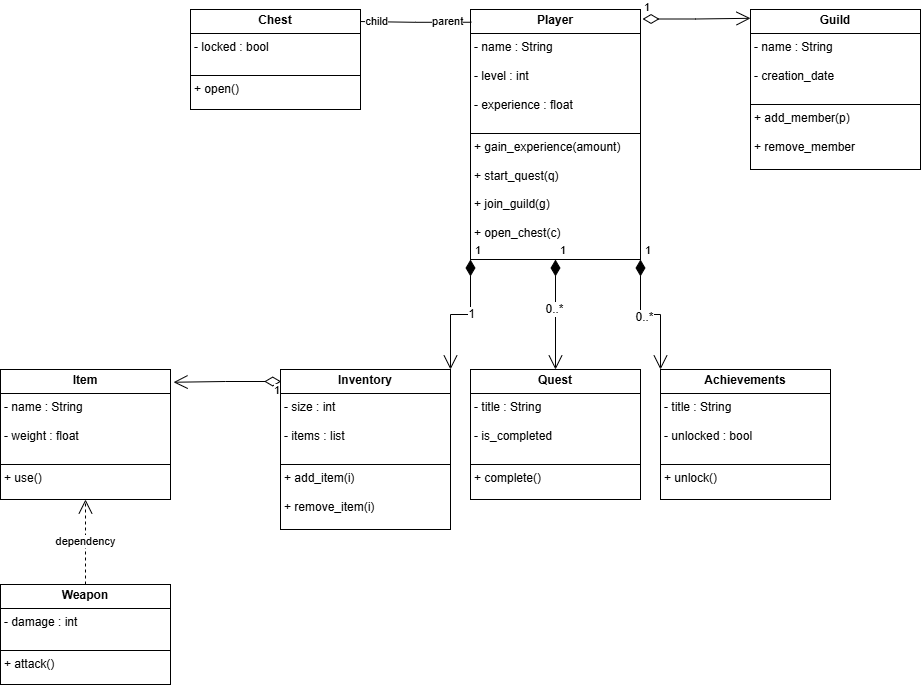
The draw.io diagram World of Warcraft.drawio.png in ElTalhaG/Sumo-Slammers, before a commit. Source tidied: cells renumbered, new cells last; positions are measured from the earlier drawing's top-left corner, leaving out a move shared by most shapes. Its diagram source:
```xml
<mxGraphModel>
  <root>
    <mxCell id="0" />
    <mxCell id="1" parent="0" />
    <mxCell id="2" value="&lt;p style=&quot;margin:0px;margin-top:4px;text-align:center;&quot;&gt;&lt;b&gt;Player&lt;/b&gt;&lt;/p&gt;&lt;hr size=&quot;1&quot; style=&quot;border-style:solid;&quot;&gt;&lt;p style=&quot;margin:0px;margin-left:4px;&quot;&gt;- name : String&lt;/p&gt;&lt;p style=&quot;margin:0px;margin-left:4px;&quot;&gt;&lt;br&gt;&lt;/p&gt;&lt;p style=&quot;margin:0px;margin-left:4px;&quot;&gt;- level : int&amp;nbsp;&amp;nbsp;&lt;/p&gt;&lt;p style=&quot;margin:0px;margin-left:4px;&quot;&gt;&lt;br&gt;&lt;/p&gt;&lt;p style=&quot;margin:0px;margin-left:4px;&quot;&gt;- experience : float&amp;nbsp;&lt;/p&gt;&lt;p style=&quot;margin:0px;margin-left:4px;&quot;&gt;&lt;br&gt;&lt;/p&gt;&lt;hr size=&quot;1&quot; style=&quot;border-style:solid;&quot;&gt;&lt;p style=&quot;margin:0px;margin-left:4px;&quot;&gt;+ gain_experience(amount)&lt;/p&gt;&lt;p style=&quot;margin:0px;margin-left:4px;&quot;&gt;&lt;br&gt;&lt;/p&gt;&lt;p style=&quot;margin:0px;margin-left:4px;&quot;&gt;+ start_quest(q)&amp;nbsp; &amp;nbsp; &amp;nbsp;&amp;nbsp;&lt;/p&gt;&lt;p style=&quot;margin:0px;margin-left:4px;&quot;&gt;&amp;nbsp;&amp;nbsp;&lt;/p&gt;&lt;p style=&quot;margin:0px;margin-left:4px;&quot;&gt;+ join_guild(g)&amp;nbsp; &amp;nbsp; &amp;nbsp;&amp;nbsp;&lt;/p&gt;&lt;p style=&quot;margin:0px;margin-left:4px;&quot;&gt;&amp;nbsp;&amp;nbsp;&lt;/p&gt;&lt;p style=&quot;margin:0px;margin-left:4px;&quot;&gt;+ open_chest(c)&amp;nbsp;&amp;nbsp;&lt;/p&gt;" style="verticalAlign=top;align=left;overflow=fill;html=1;whiteSpace=wrap;" parent="1" vertex="1">
      <mxGeometry x="470" width="170" height="250" as="geometry" />
    </mxCell>
    <mxCell id="3" value="1" style="endArrow=open;html=1;endSize=12;startArrow=diamondThin;startSize=14;startFill=1;edgeStyle=orthogonalEdgeStyle;align=left;verticalAlign=bottom;rounded=0;exitX=0;exitY=1;exitDx=0;exitDy=0;entryX=1;entryY=0;entryDx=0;entryDy=0;" parent="1" edge="1" source="2" target="9">
      <mxGeometry x="-1" y="3" relative="1" as="geometry" />
    </mxCell>
    <mxCell id="4" value="1" style="edgeLabel;html=1;align=center;verticalAlign=middle;fontSize=12;" parent="3" vertex="1">
      <mxGeometry x="-0.17" relative="1" as="geometry" />
    </mxCell>
    <mxCell id="5" value="1" style="endArrow=open;html=1;endSize=12;startArrow=diamondThin;startSize=14;startFill=1;edgeStyle=orthogonalEdgeStyle;align=left;verticalAlign=bottom;rounded=0;exitX=0.5;exitY=1;exitDx=0;exitDy=0;entryX=0.5;entryY=0;entryDx=0;entryDy=0;" parent="1" edge="1" source="2" target="10">
      <mxGeometry x="-1" y="3" relative="1" as="geometry" />
    </mxCell>
    <mxCell id="6" value="0..*" style="edgeLabel;html=1;align=center;verticalAlign=middle;fontSize=12;" parent="5" vertex="1">
      <mxGeometry x="-0.11" y="-2" relative="1" as="geometry" />
    </mxCell>
    <mxCell id="7" value="1" style="endArrow=open;html=1;endSize=12;startArrow=diamondThin;startSize=14;startFill=1;edgeStyle=orthogonalEdgeStyle;align=left;verticalAlign=bottom;rounded=0;exitX=1;exitY=1;exitDx=0;exitDy=0;entryX=0;entryY=0;entryDx=0;entryDy=0;" parent="1" edge="1" source="2" target="11">
      <mxGeometry x="-1" y="3" relative="1" as="geometry" />
    </mxCell>
    <mxCell id="8" value="0..*" style="edgeLabel;html=1;align=center;verticalAlign=middle;fontSize=12;" parent="7" vertex="1">
      <mxGeometry x="-0.11" y="-2" relative="1" as="geometry" />
    </mxCell>
    <mxCell id="9" value="&lt;p style=&quot;margin:0px;margin-top:4px;text-align:center;&quot;&gt;&lt;b&gt;Inventory&lt;/b&gt;&lt;/p&gt;&lt;hr size=&quot;1&quot; style=&quot;border-style:solid;&quot;&gt;&lt;p style=&quot;margin:0px;margin-left:4px;&quot;&gt;- size : int&amp;nbsp;&lt;/p&gt;&lt;p style=&quot;margin:0px;margin-left:4px;&quot;&gt;&lt;br&gt;&lt;/p&gt;&lt;p style=&quot;margin:0px;margin-left:4px;&quot;&gt;- items : list&amp;nbsp;&lt;/p&gt;&lt;p style=&quot;margin:0px;margin-left:4px;&quot;&gt;&lt;br&gt;&lt;/p&gt;&lt;hr size=&quot;1&quot; style=&quot;border-style:solid;&quot;&gt;&lt;p style=&quot;margin:0px;margin-left:4px;&quot;&gt;+ add_item(i)&lt;/p&gt;&lt;p style=&quot;margin:0px;margin-left:4px;&quot;&gt;&lt;br&gt;&lt;/p&gt;&lt;p style=&quot;margin:0px;margin-left:4px;&quot;&gt;+ remove_item(i) &amp;nbsp;&amp;nbsp;&lt;/p&gt;&lt;p style=&quot;margin:0px;margin-left:4px;&quot;&gt;&amp;nbsp;&amp;nbsp;&lt;/p&gt;&lt;p style=&quot;margin:0px;margin-left:4px;&quot;&gt;&lt;br&gt;&lt;/p&gt;" style="verticalAlign=top;align=left;overflow=fill;html=1;whiteSpace=wrap;" parent="1" vertex="1">
      <mxGeometry x="280" y="360" width="170" height="160" as="geometry" />
    </mxCell>
    <mxCell id="10" value="&lt;p style=&quot;margin:0px;margin-top:4px;text-align:center;&quot;&gt;&lt;b&gt;Quest&lt;/b&gt;&lt;/p&gt;&lt;hr size=&quot;1&quot; style=&quot;border-style:solid;&quot;&gt;&lt;p style=&quot;margin:0px;margin-left:4px;&quot;&gt;- title : String&amp;nbsp;&lt;/p&gt;&lt;p style=&quot;margin:0px;margin-left:4px;&quot;&gt;&lt;br&gt;&lt;/p&gt;&lt;p style=&quot;margin:0px;margin-left:4px;&quot;&gt;- is_completed&lt;/p&gt;&lt;p style=&quot;margin:0px;margin-left:4px;&quot;&gt;&lt;br&gt;&lt;/p&gt;&lt;hr size=&quot;1&quot; style=&quot;border-style:solid;&quot;&gt;&lt;p style=&quot;margin:0px;margin-left:4px;&quot;&gt;+ complete()&amp;nbsp;&lt;span style=&quot;background-color: transparent; color: light-dark(rgb(0, 0, 0), rgb(255, 255, 255));&quot;&gt;&amp;nbsp;&lt;/span&gt;&lt;/p&gt;&lt;p style=&quot;margin:0px;margin-left:4px;&quot;&gt;&amp;nbsp;&lt;/p&gt;" style="verticalAlign=top;align=left;overflow=fill;html=1;whiteSpace=wrap;" parent="1" vertex="1">
      <mxGeometry x="470" y="360" width="170" height="130" as="geometry" />
    </mxCell>
    <mxCell id="11" value="&lt;p style=&quot;margin:0px;margin-top:4px;text-align:center;&quot;&gt;&lt;b&gt;Achievements&lt;/b&gt;&lt;/p&gt;&lt;hr size=&quot;1&quot; style=&quot;border-style:solid;&quot;&gt;&lt;p style=&quot;margin:0px;margin-left:4px;&quot;&gt;- title : String&lt;/p&gt;&lt;p style=&quot;margin:0px;margin-left:4px;&quot;&gt;&lt;br&gt;&lt;/p&gt;&lt;p style=&quot;margin:0px;margin-left:4px;&quot;&gt;- unlocked : bool&amp;nbsp;&lt;/p&gt;&lt;p style=&quot;margin:0px;margin-left:4px;&quot;&gt;&lt;br&gt;&lt;/p&gt;&lt;hr size=&quot;1&quot; style=&quot;border-style:solid;&quot;&gt;&lt;p style=&quot;margin:0px;margin-left:4px;&quot;&gt;+ unlock()&amp;nbsp;&amp;nbsp;&lt;/p&gt;&lt;p style=&quot;margin:0px;margin-left:4px;&quot;&gt;&amp;nbsp;&lt;/p&gt;" style="verticalAlign=top;align=left;overflow=fill;html=1;whiteSpace=wrap;" parent="1" vertex="1">
      <mxGeometry x="660" y="360" width="170" height="130" as="geometry" />
    </mxCell>
    <mxCell id="12" value="&lt;p style=&quot;margin:0px;margin-top:4px;text-align:center;&quot;&gt;&lt;b&gt;Guild&lt;/b&gt;&lt;/p&gt;&lt;hr size=&quot;1&quot; style=&quot;border-style:solid;&quot;&gt;&lt;p style=&quot;margin:0px;margin-left:4px;&quot;&gt;- name : String&lt;/p&gt;&lt;p style=&quot;margin:0px;margin-left:4px;&quot;&gt;&lt;br&gt;&lt;/p&gt;&lt;p style=&quot;margin:0px;margin-left:4px;&quot;&gt;- creation_date&lt;/p&gt;&lt;p style=&quot;margin:0px;margin-left:4px;&quot;&gt;&lt;br&gt;&lt;/p&gt;&lt;hr size=&quot;1&quot; style=&quot;border-style:solid;&quot;&gt;&lt;p style=&quot;margin:0px;margin-left:4px;&quot;&gt;+ add_member(p)&lt;/p&gt;&lt;p style=&quot;margin:0px;margin-left:4px;&quot;&gt;&lt;br&gt;&lt;/p&gt;&lt;p style=&quot;margin:0px;margin-left:4px;&quot;&gt;+ remove_member&lt;/p&gt;&lt;p style=&quot;margin:0px;margin-left:4px;&quot;&gt;&amp;nbsp;&amp;nbsp;&lt;/p&gt;&lt;p style=&quot;margin:0px;margin-left:4px;&quot;&gt;&lt;br&gt;&lt;/p&gt;" style="verticalAlign=top;align=left;overflow=fill;html=1;whiteSpace=wrap;" parent="1" vertex="1">
      <mxGeometry x="750" width="170" height="160" as="geometry" />
    </mxCell>
    <mxCell id="13" value="1" style="endArrow=open;html=1;endSize=12;startArrow=diamondThin;startSize=14;startFill=0;edgeStyle=orthogonalEdgeStyle;align=left;verticalAlign=bottom;rounded=0;exitX=1.012;exitY=0.038;exitDx=0;exitDy=0;exitPerimeter=0;entryX=0;entryY=0.055;entryDx=0;entryDy=0;entryPerimeter=0;" parent="1" edge="1" source="2" target="12">
      <mxGeometry x="-1" y="3" relative="1" as="geometry" />
    </mxCell>
    <mxCell id="14" style="endArrow=none;html=1;edgeStyle=orthogonalEdgeStyle;rounded=0;exitX=0.005;exitY=0.051;exitDx=0;exitDy=0;exitPerimeter=0;entryX=0.988;entryY=0.12;entryDx=0;entryDy=0;entryPerimeter=0;" parent="1" edge="1" source="2" target="17">
      <mxGeometry relative="1" as="geometry" />
    </mxCell>
    <mxCell id="15" value="parent" style="edgeLabel;html=1;align=left;verticalAlign=bottom;" parent="14" vertex="1">
      <mxGeometry x="-1" relative="1" as="geometry">
        <mxPoint x="-41" y="7" as="offset" />
      </mxGeometry>
    </mxCell>
    <mxCell id="16" value="child" style="edgeLabel;html=1;align=right;verticalAlign=bottom;" parent="14" vertex="1">
      <mxGeometry x="1" relative="1" as="geometry">
        <mxPoint x="30" y="8" as="offset" />
      </mxGeometry>
    </mxCell>
    <mxCell id="17" value="&lt;p style=&quot;margin:0px;margin-top:4px;text-align:center;&quot;&gt;&lt;b&gt;Chest&lt;/b&gt;&lt;/p&gt;&lt;hr size=&quot;1&quot; style=&quot;border-style:solid;&quot;&gt;&lt;p style=&quot;margin:0px;margin-left:4px;&quot;&gt;- locked : bool&amp;nbsp;&lt;/p&gt;&lt;p style=&quot;margin:0px;margin-left:4px;&quot;&gt;&lt;br&gt;&lt;/p&gt;&lt;hr size=&quot;1&quot; style=&quot;border-style:solid;&quot;&gt;&lt;p style=&quot;margin:0px;margin-left:4px;&quot;&gt;+ open()&amp;nbsp;&lt;/p&gt;&lt;p style=&quot;margin:0px;margin-left:4px;&quot;&gt;&lt;br&gt;&lt;/p&gt;&lt;p style=&quot;margin:0px;margin-left:4px;&quot;&gt;&amp;nbsp;&amp;nbsp;&lt;/p&gt;&lt;p style=&quot;margin:0px;margin-left:4px;&quot;&gt;&lt;br&gt;&lt;/p&gt;" style="verticalAlign=top;align=left;overflow=fill;html=1;whiteSpace=wrap;" parent="1" vertex="1">
      <mxGeometry x="190" width="170" height="100" as="geometry" />
    </mxCell>
    <mxCell id="18" value="&lt;p style=&quot;margin:0px;margin-top:4px;text-align:center;&quot;&gt;&lt;b&gt;Item&lt;/b&gt;&lt;/p&gt;&lt;hr size=&quot;1&quot; style=&quot;border-style:solid;&quot;&gt;&lt;p style=&quot;margin:0px;margin-left:4px;&quot;&gt;- name : String&lt;/p&gt;&lt;p style=&quot;margin:0px;margin-left:4px;&quot;&gt;&lt;br&gt;&lt;/p&gt;&lt;p style=&quot;margin:0px;margin-left:4px;&quot;&gt;- weight : float&lt;/p&gt;&lt;p style=&quot;margin:0px;margin-left:4px;&quot;&gt;&lt;br&gt;&lt;/p&gt;&lt;hr size=&quot;1&quot; style=&quot;border-style:solid;&quot;&gt;&lt;p style=&quot;margin:0px;margin-left:4px;&quot;&gt;+ use()&amp;nbsp;&lt;/p&gt;&lt;p style=&quot;margin:0px;margin-left:4px;&quot;&gt;&amp;nbsp;&lt;/p&gt;" style="verticalAlign=top;align=left;overflow=fill;html=1;whiteSpace=wrap;" parent="1" vertex="1">
      <mxGeometry y="360" width="170" height="130" as="geometry" />
    </mxCell>
    <mxCell id="19" value="&lt;p style=&quot;margin:0px;margin-top:4px;text-align:center;&quot;&gt;&lt;b&gt;Weapon&lt;/b&gt;&lt;/p&gt;&lt;hr size=&quot;1&quot; style=&quot;border-style:solid;&quot;&gt;&lt;p style=&quot;margin:0px;margin-left:4px;&quot;&gt;- damage : int&lt;/p&gt;&lt;p style=&quot;margin:0px;margin-left:4px;&quot;&gt;&lt;br&gt;&lt;/p&gt;&lt;hr size=&quot;1&quot; style=&quot;border-style:solid;&quot;&gt;&lt;p style=&quot;margin:0px;margin-left:4px;&quot;&gt;+&amp;nbsp;&lt;span style=&quot;background-color: transparent;&quot;&gt;attack()&amp;nbsp;&amp;nbsp;&lt;/span&gt;&lt;/p&gt;&lt;p style=&quot;margin:0px;margin-left:4px;&quot;&gt;&amp;nbsp;&amp;nbsp;&lt;/p&gt;&lt;p style=&quot;margin:0px;margin-left:4px;&quot;&gt;&lt;br&gt;&lt;/p&gt;" style="verticalAlign=top;align=left;overflow=fill;html=1;whiteSpace=wrap;" parent="1" vertex="1">
      <mxGeometry y="575" width="170" height="100" as="geometry" />
    </mxCell>
    <mxCell id="20" value="dependency" style="endArrow=open;endSize=12;dashed=1;html=1;rounded=0;exitX=0.5;exitY=0;exitDx=0;exitDy=0;entryX=0.5;entryY=1;entryDx=0;entryDy=0;" parent="1" edge="1" source="19" target="18">
      <mxGeometry relative="1" as="geometry" />
    </mxCell>
    <mxCell id="21" value="1" style="endArrow=open;html=1;endSize=12;startArrow=diamondThin;startSize=14;startFill=0;edgeStyle=orthogonalEdgeStyle;align=left;verticalAlign=bottom;rounded=0;exitX=0.004;exitY=0.075;exitDx=0;exitDy=0;exitPerimeter=0;entryX=1.018;entryY=0.098;entryDx=0;entryDy=0;entryPerimeter=0;" parent="1" edge="1" source="9" target="18">
      <mxGeometry x="-0.83" y="18" relative="1" as="geometry" />
    </mxCell>
  </root>
</mxGraphModel>
```
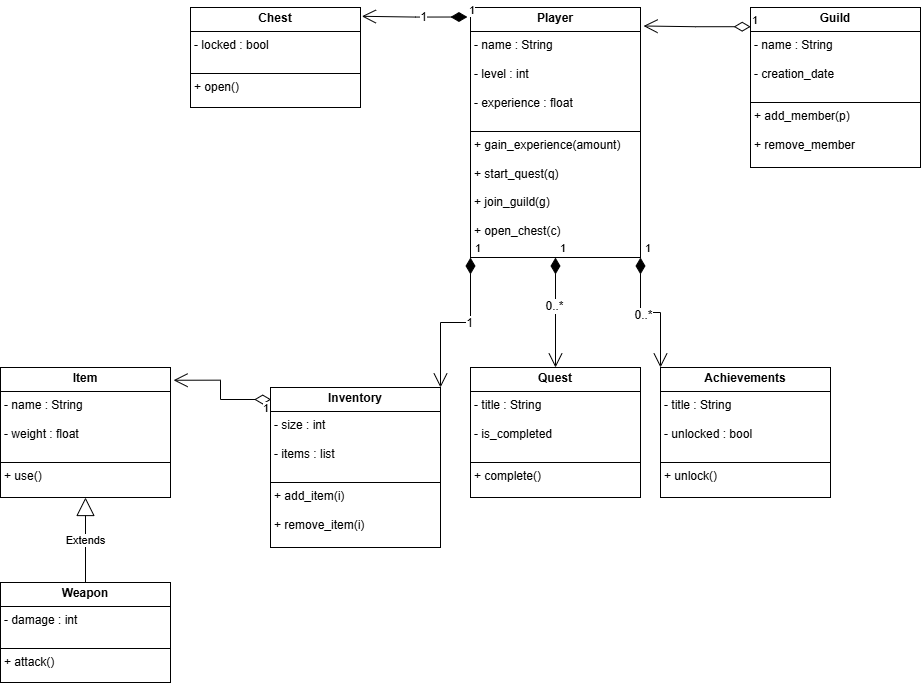
Above is the later version.

The edit, as a diff of the source:
```diff
@@ -24,7 +24,7 @@
       <mxGeometry x="-0.11" y="-2" relative="1" as="geometry" />
     </mxCell>
     <mxCell id="9" value="&lt;p style=&quot;margin:0px;margin-top:4px;text-align:center;&quot;&gt;&lt;b&gt;Inventory&lt;/b&gt;&lt;/p&gt;&lt;hr size=&quot;1&quot; style=&quot;border-style:solid;&quot;&gt;&lt;p style=&quot;margin:0px;margin-left:4px;&quot;&gt;- size : int&amp;nbsp;&lt;/p&gt;&lt;p style=&quot;margin:0px;margin-left:4px;&quot;&gt;&lt;br&gt;&lt;/p&gt;&lt;p style=&quot;margin:0px;margin-left:4px;&quot;&gt;- items : list&amp;nbsp;&lt;/p&gt;&lt;p style=&quot;margin:0px;margin-left:4px;&quot;&gt;&lt;br&gt;&lt;/p&gt;&lt;hr size=&quot;1&quot; style=&quot;border-style:solid;&quot;&gt;&lt;p style=&quot;margin:0px;margin-left:4px;&quot;&gt;+ add_item(i)&lt;/p&gt;&lt;p style=&quot;margin:0px;margin-left:4px;&quot;&gt;&lt;br&gt;&lt;/p&gt;&lt;p style=&quot;margin:0px;margin-left:4px;&quot;&gt;+ remove_item(i) &amp;nbsp;&amp;nbsp;&lt;/p&gt;&lt;p style=&quot;margin:0px;margin-left:4px;&quot;&gt;&amp;nbsp;&amp;nbsp;&lt;/p&gt;&lt;p style=&quot;margin:0px;margin-left:4px;&quot;&gt;&lt;br&gt;&lt;/p&gt;" style="verticalAlign=top;align=left;overflow=fill;html=1;whiteSpace=wrap;" parent="1" vertex="1">
-      <mxGeometry x="280" y="360" width="170" height="160" as="geometry" />
+      <mxGeometry x="270" y="380" width="170" height="160" as="geometry" />
     </mxCell>
     <mxCell id="10" value="&lt;p style=&quot;margin:0px;margin-top:4px;text-align:center;&quot;&gt;&lt;b&gt;Quest&lt;/b&gt;&lt;/p&gt;&lt;hr size=&quot;1&quot; style=&quot;border-style:solid;&quot;&gt;&lt;p style=&quot;margin:0px;margin-left:4px;&quot;&gt;- title : String&amp;nbsp;&lt;/p&gt;&lt;p style=&quot;margin:0px;margin-left:4px;&quot;&gt;&lt;br&gt;&lt;/p&gt;&lt;p style=&quot;margin:0px;margin-left:4px;&quot;&gt;- is_completed&lt;/p&gt;&lt;p style=&quot;margin:0px;margin-left:4px;&quot;&gt;&lt;br&gt;&lt;/p&gt;&lt;hr size=&quot;1&quot; style=&quot;border-style:solid;&quot;&gt;&lt;p style=&quot;margin:0px;margin-left:4px;&quot;&gt;+ complete()&amp;nbsp;&lt;span style=&quot;background-color: transparent; color: light-dark(rgb(0, 0, 0), rgb(255, 255, 255));&quot;&gt;&amp;nbsp;&lt;/span&gt;&lt;/p&gt;&lt;p style=&quot;margin:0px;margin-left:4px;&quot;&gt;&amp;nbsp;&lt;/p&gt;" style="verticalAlign=top;align=left;overflow=fill;html=1;whiteSpace=wrap;" parent="1" vertex="1">
       <mxGeometry x="470" y="360" width="170" height="130" as="geometry" />
@@ -35,22 +35,9 @@
     <mxCell id="12" value="&lt;p style=&quot;margin:0px;margin-top:4px;text-align:center;&quot;&gt;&lt;b&gt;Guild&lt;/b&gt;&lt;/p&gt;&lt;hr size=&quot;1&quot; style=&quot;border-style:solid;&quot;&gt;&lt;p style=&quot;margin:0px;margin-left:4px;&quot;&gt;- name : String&lt;/p&gt;&lt;p style=&quot;margin:0px;margin-left:4px;&quot;&gt;&lt;br&gt;&lt;/p&gt;&lt;p style=&quot;margin:0px;margin-left:4px;&quot;&gt;- creation_date&lt;/p&gt;&lt;p style=&quot;margin:0px;margin-left:4px;&quot;&gt;&lt;br&gt;&lt;/p&gt;&lt;hr size=&quot;1&quot; style=&quot;border-style:solid;&quot;&gt;&lt;p style=&quot;margin:0px;margin-left:4px;&quot;&gt;+ add_member(p)&lt;/p&gt;&lt;p style=&quot;margin:0px;margin-left:4px;&quot;&gt;&lt;br&gt;&lt;/p&gt;&lt;p style=&quot;margin:0px;margin-left:4px;&quot;&gt;+ remove_member&lt;/p&gt;&lt;p style=&quot;margin:0px;margin-left:4px;&quot;&gt;&amp;nbsp;&amp;nbsp;&lt;/p&gt;&lt;p style=&quot;margin:0px;margin-left:4px;&quot;&gt;&lt;br&gt;&lt;/p&gt;" style="verticalAlign=top;align=left;overflow=fill;html=1;whiteSpace=wrap;" parent="1" vertex="1">
       <mxGeometry x="750" width="170" height="160" as="geometry" />
     </mxCell>
-    <mxCell id="13" value="1" style="endArrow=open;html=1;endSize=12;startArrow=diamondThin;startSize=14;startFill=0;edgeStyle=orthogonalEdgeStyle;align=left;verticalAlign=bottom;rounded=0;exitX=1.012;exitY=0.038;exitDx=0;exitDy=0;exitPerimeter=0;entryX=0;entryY=0.055;entryDx=0;entryDy=0;entryPerimeter=0;" parent="1" edge="1" source="2" target="12">
+    <mxCell id="13" value="1" style="endArrow=open;html=1;endSize=12;startArrow=diamondThin;startSize=14;startFill=0;edgeStyle=orthogonalEdgeStyle;align=left;verticalAlign=bottom;rounded=0;exitX=0.001;exitY=0.12;exitDx=0;exitDy=0;exitPerimeter=0;entryX=1.018;entryY=0.074;entryDx=0;entryDy=0;entryPerimeter=0;" parent="1" edge="1" source="12" target="2">
       <mxGeometry x="-1" y="3" relative="1" as="geometry" />
     </mxCell>
-    <mxCell id="14" style="endArrow=none;html=1;edgeStyle=orthogonalEdgeStyle;rounded=0;exitX=0.005;exitY=0.051;exitDx=0;exitDy=0;exitPerimeter=0;entryX=0.988;entryY=0.12;entryDx=0;entryDy=0;entryPerimeter=0;" parent="1" edge="1" source="2" target="17">
-      <mxGeometry relative="1" as="geometry" />
-    </mxCell>
-    <mxCell id="15" value="parent" style="edgeLabel;html=1;align=left;verticalAlign=bottom;" parent="14" vertex="1">
-      <mxGeometry x="-1" relative="1" as="geometry">
-        <mxPoint x="-41" y="7" as="offset" />
-      </mxGeometry>
-    </mxCell>
-    <mxCell id="16" value="child" style="edgeLabel;html=1;align=right;verticalAlign=bottom;" parent="14" vertex="1">
-      <mxGeometry x="1" relative="1" as="geometry">
-        <mxPoint x="30" y="8" as="offset" />
-      </mxGeometry>
-    </mxCell>
     <mxCell id="17" value="&lt;p style=&quot;margin:0px;margin-top:4px;text-align:center;&quot;&gt;&lt;b&gt;Chest&lt;/b&gt;&lt;/p&gt;&lt;hr size=&quot;1&quot; style=&quot;border-style:solid;&quot;&gt;&lt;p style=&quot;margin:0px;margin-left:4px;&quot;&gt;- locked : bool&amp;nbsp;&lt;/p&gt;&lt;p style=&quot;margin:0px;margin-left:4px;&quot;&gt;&lt;br&gt;&lt;/p&gt;&lt;hr size=&quot;1&quot; style=&quot;border-style:solid;&quot;&gt;&lt;p style=&quot;margin:0px;margin-left:4px;&quot;&gt;+ open()&amp;nbsp;&lt;/p&gt;&lt;p style=&quot;margin:0px;margin-left:4px;&quot;&gt;&lt;br&gt;&lt;/p&gt;&lt;p style=&quot;margin:0px;margin-left:4px;&quot;&gt;&amp;nbsp;&amp;nbsp;&lt;/p&gt;&lt;p style=&quot;margin:0px;margin-left:4px;&quot;&gt;&lt;br&gt;&lt;/p&gt;" style="verticalAlign=top;align=left;overflow=fill;html=1;whiteSpace=wrap;" parent="1" vertex="1">
       <mxGeometry x="190" width="170" height="100" as="geometry" />
     </mxCell>
@@ -60,11 +47,17 @@
     <mxCell id="19" value="&lt;p style=&quot;margin:0px;margin-top:4px;text-align:center;&quot;&gt;&lt;b&gt;Weapon&lt;/b&gt;&lt;/p&gt;&lt;hr size=&quot;1&quot; style=&quot;border-style:solid;&quot;&gt;&lt;p style=&quot;margin:0px;margin-left:4px;&quot;&gt;- damage : int&lt;/p&gt;&lt;p style=&quot;margin:0px;margin-left:4px;&quot;&gt;&lt;br&gt;&lt;/p&gt;&lt;hr size=&quot;1&quot; style=&quot;border-style:solid;&quot;&gt;&lt;p style=&quot;margin:0px;margin-left:4px;&quot;&gt;+&amp;nbsp;&lt;span style=&quot;background-color: transparent;&quot;&gt;attack()&amp;nbsp;&amp;nbsp;&lt;/span&gt;&lt;/p&gt;&lt;p style=&quot;margin:0px;margin-left:4px;&quot;&gt;&amp;nbsp;&amp;nbsp;&lt;/p&gt;&lt;p style=&quot;margin:0px;margin-left:4px;&quot;&gt;&lt;br&gt;&lt;/p&gt;" style="verticalAlign=top;align=left;overflow=fill;html=1;whiteSpace=wrap;" parent="1" vertex="1">
       <mxGeometry y="575" width="170" height="100" as="geometry" />
     </mxCell>
+    <mxCell id="21" value="1" style="endArrow=open;html=1;endSize=12;startArrow=diamondThin;startSize=14;startFill=0;edgeStyle=orthogonalEdgeStyle;align=left;verticalAlign=bottom;rounded=0;exitX=0.004;exitY=0.075;exitDx=0;exitDy=0;exitPerimeter=0;entryX=1.018;entryY=0.098;entryDx=0;entryDy=0;entryPerimeter=0;" parent="1" edge="1" source="9" target="18">
+      <mxGeometry x="-0.83" y="18" relative="1" as="geometry" />
+    </mxCell>
+    <mxCell id="14" value="1" style="endArrow=open;html=1;endSize=12;startArrow=diamondThin;startSize=14;startFill=1;edgeStyle=orthogonalEdgeStyle;align=left;verticalAlign=bottom;rounded=0;exitX=-0.018;exitY=0.038;exitDx=0;exitDy=0;entryX=1.008;entryY=0.088;entryDx=0;entryDy=0;entryPerimeter=0;exitPerimeter=0;" parent="1" edge="1" source="2" target="17">
+      <mxGeometry x="-1" y="3" relative="1" as="geometry" />
+    </mxCell>
+    <mxCell id="22" value="1" style="edgeLabel;html=1;align=center;verticalAlign=middle;fontSize=12;" parent="14" vertex="1">
+      <mxGeometry x="-0.17" relative="1" as="geometry" />
+    </mxCell>
-    <mxCell id="20" value="dependency" style="endArrow=open;endSize=12;dashed=1;html=1;rounded=0;exitX=0.5;exitY=0;exitDx=0;exitDy=0;entryX=0.5;entryY=1;entryDx=0;entryDy=0;" parent="1" edge="1" source="19" target="18">
+    <mxCell id="20" value="Extends" style="endArrow=block;endSize=16;endFill=0;html=1;rounded=0;exitX=0.5;exitY=0;exitDx=0;exitDy=0;entryX=0.5;entryY=1;entryDx=0;entryDy=0;" parent="1" edge="1" source="19" target="18">
       <mxGeometry relative="1" as="geometry" />
     </mxCell>
-    <mxCell id="21" value="1" style="endArrow=open;html=1;endSize=12;startArrow=diamondThin;startSize=14;startFill=0;edgeStyle=orthogonalEdgeStyle;align=left;verticalAlign=bottom;rounded=0;exitX=0.004;exitY=0.075;exitDx=0;exitDy=0;exitPerimeter=0;entryX=1.018;entryY=0.098;entryDx=0;entryDy=0;entryPerimeter=0;" parent="1" edge="1" source="9" target="18">
-      <mxGeometry x="-0.83" y="18" relative="1" as="geometry" />
-    </mxCell>
   </root>
 </mxGraphModel>
```
